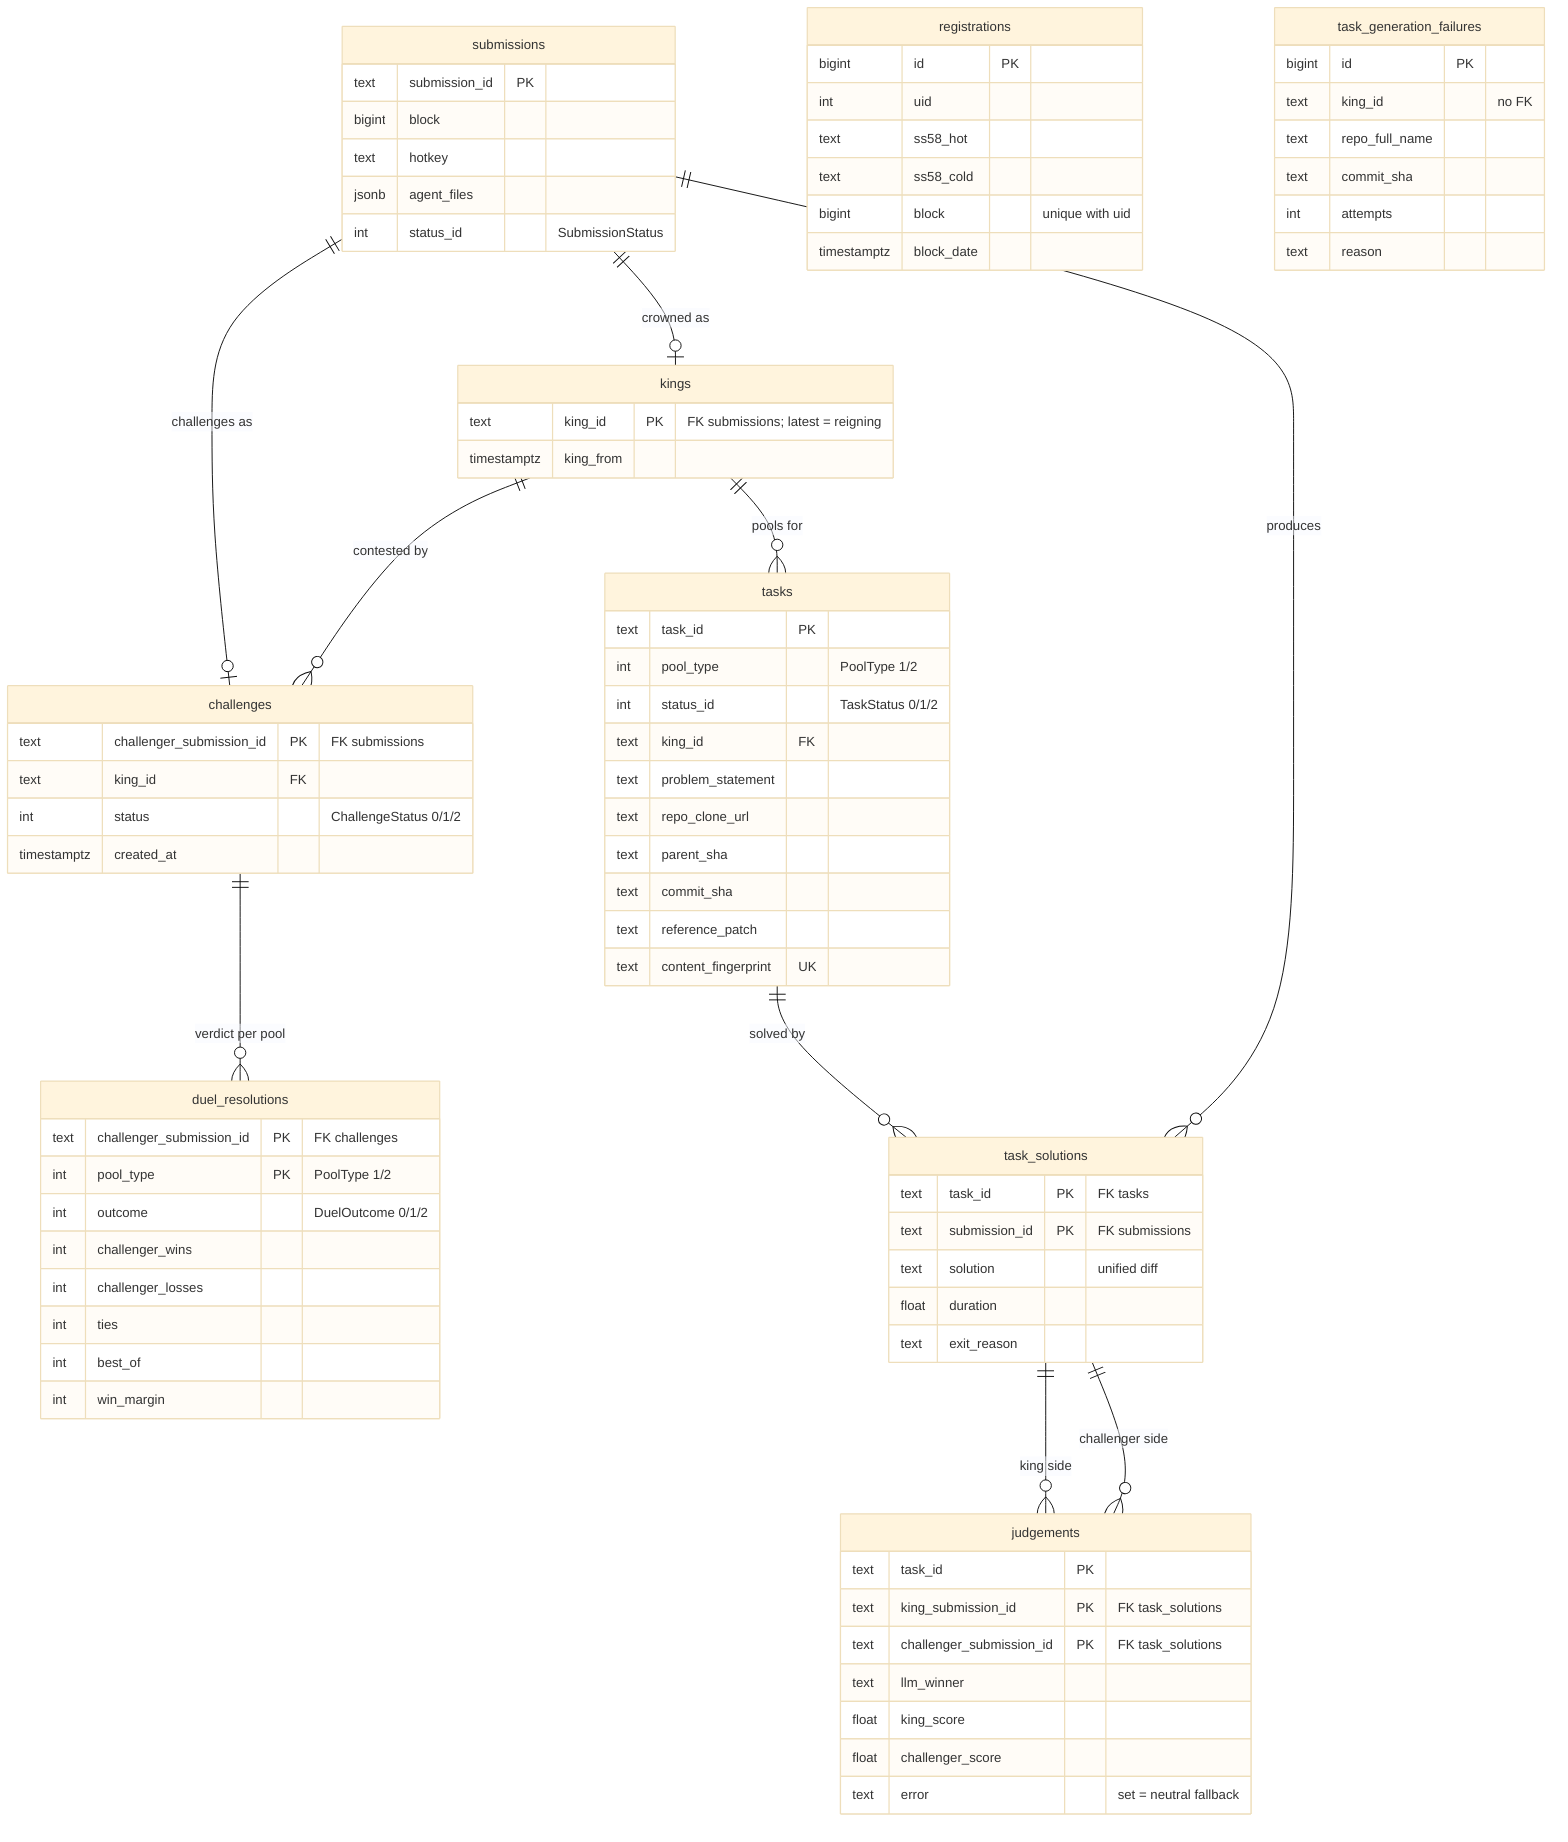
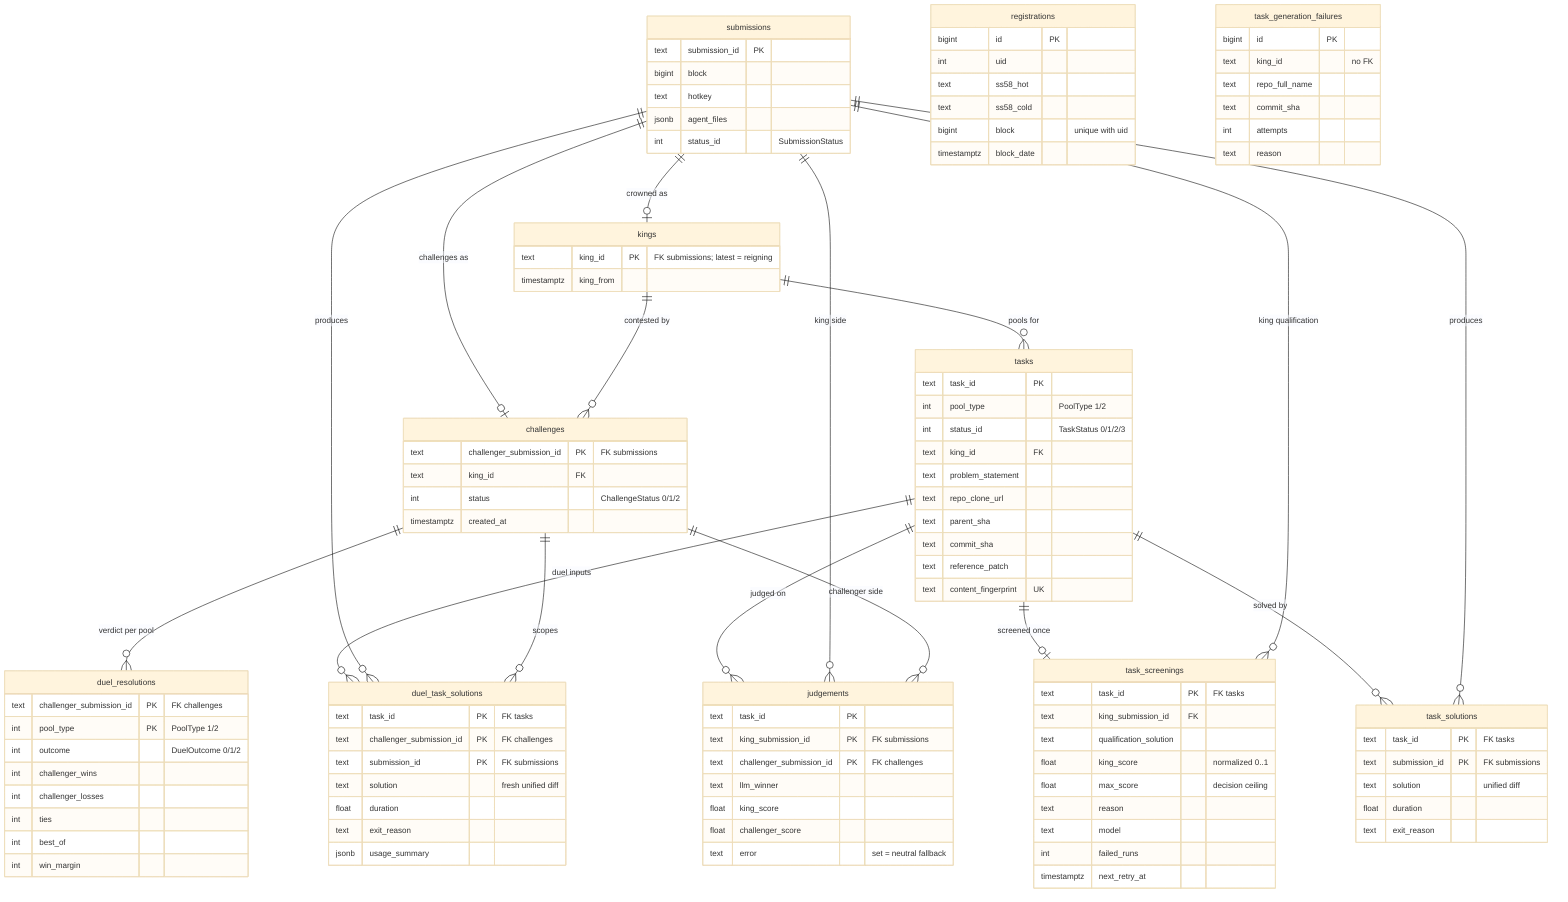
%%{init: {"theme": "base", "themeVariables": {"fontSize": "14px"}}}%%
erDiagram
    submissions ||--o| kings : "crowned as"
    submissions ||--o| challenges : "challenges as"
    kings ||--o{ challenges : "contested by"
    kings ||--o{ tasks : "pools for"
    challenges ||--o{ duel_resolutions : "verdict per pool"
+     tasks ||--o| task_screenings : "screened once"
+     submissions ||--o{ task_screenings : "king qualification"
    tasks ||--o{ task_solutions : "solved by"
    submissions ||--o{ task_solutions : "produces"
-     task_solutions ||--o{ judgements : "king side"
-     task_solutions ||--o{ judgements : "challenger side"
+     tasks ||--o{ duel_task_solutions : "duel inputs"
+     submissions ||--o{ duel_task_solutions : "produces"
+     challenges ||--o{ duel_task_solutions : "scopes"
+     tasks ||--o{ judgements : "judged on"
+     submissions ||--o{ judgements : "king side"
+     challenges ||--o{ judgements : "challenger side"

    submissions {
        text submission_id PK
        bigint block
        text hotkey
        jsonb agent_files
        int status_id "SubmissionStatus"
    }
    kings {
        text king_id PK "FK submissions; latest = reigning"
        timestamptz king_from
    }
    challenges {
        text challenger_submission_id PK "FK submissions"
        text king_id FK
        int status "ChallengeStatus 0/1/2"
        timestamptz created_at
    }
    duel_resolutions {
        text challenger_submission_id PK "FK challenges"
        int pool_type PK "PoolType 1/2"
        int outcome "DuelOutcome 0/1/2"
        int challenger_wins
        int challenger_losses
        int ties
        int best_of
        int win_margin
    }
    tasks {
        text task_id PK
        int pool_type "PoolType 1/2"
-         int status_id "TaskStatus 0/1/2"
+         int status_id "TaskStatus 0/1/2/3"
        text king_id FK
        text problem_statement
        text repo_clone_url
        text parent_sha
        text commit_sha
        text reference_patch
        text content_fingerprint UK
    }
+     task_screenings {
+         text task_id PK "FK tasks"
+         text king_submission_id FK
+         text qualification_solution
+         float king_score "normalized 0..1"
+         float max_score "decision ceiling"
+         text reason
+         text model
+         int failed_runs
+         timestamptz next_retry_at
+     }
    task_solutions {
        text task_id PK "FK tasks"
        text submission_id PK "FK submissions"
        text solution "unified diff"
        float duration
        text exit_reason
    }
+     duel_task_solutions {
+         text task_id PK "FK tasks"
+         text challenger_submission_id PK "FK challenges"
+         text submission_id PK "FK submissions"
+         text solution "fresh unified diff"
+         float duration
+         text exit_reason
+         jsonb usage_summary
+     }
    judgements {
        text task_id PK
-         text king_submission_id PK "FK task_solutions"
-         text challenger_submission_id PK "FK task_solutions"
+         text king_submission_id PK "FK submissions"
+         text challenger_submission_id PK "FK challenges"
        text llm_winner
        float king_score
        float challenger_score
        text error "set = neutral fallback"
    }
    registrations {
        bigint id PK
        int uid
        text ss58_hot
        text ss58_cold
        bigint block "unique with uid"
        timestamptz block_date
    }
    task_generation_failures {
        bigint id PK
        text king_id "no FK"
        text repo_full_name
        text commit_sha
        int attempts
        text reason
    }
